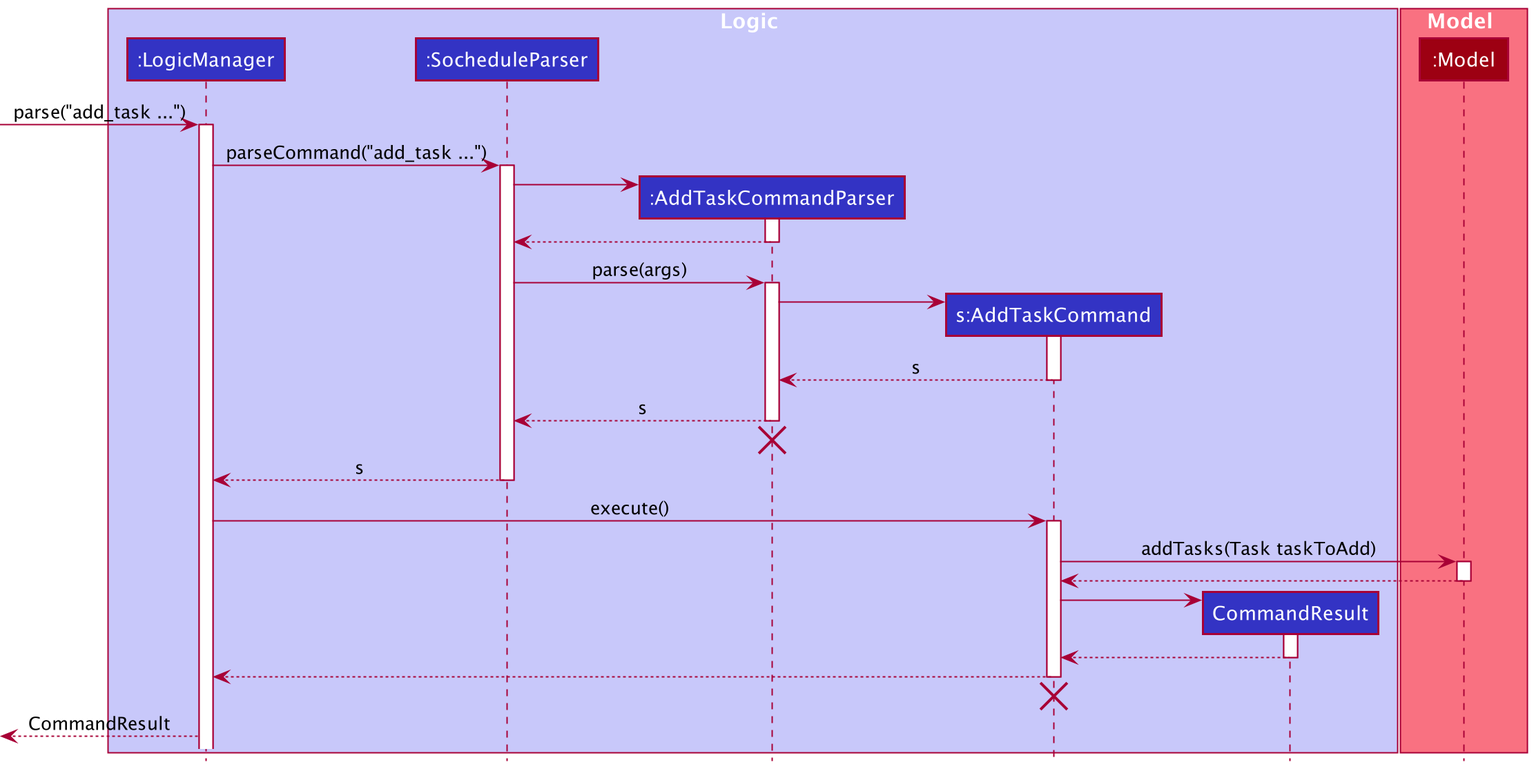
Above: docs/images/AddTaskCommandSequenceDiagram.png in nus-cs2103-AY2021S2/tp (PlantUML), before the change.
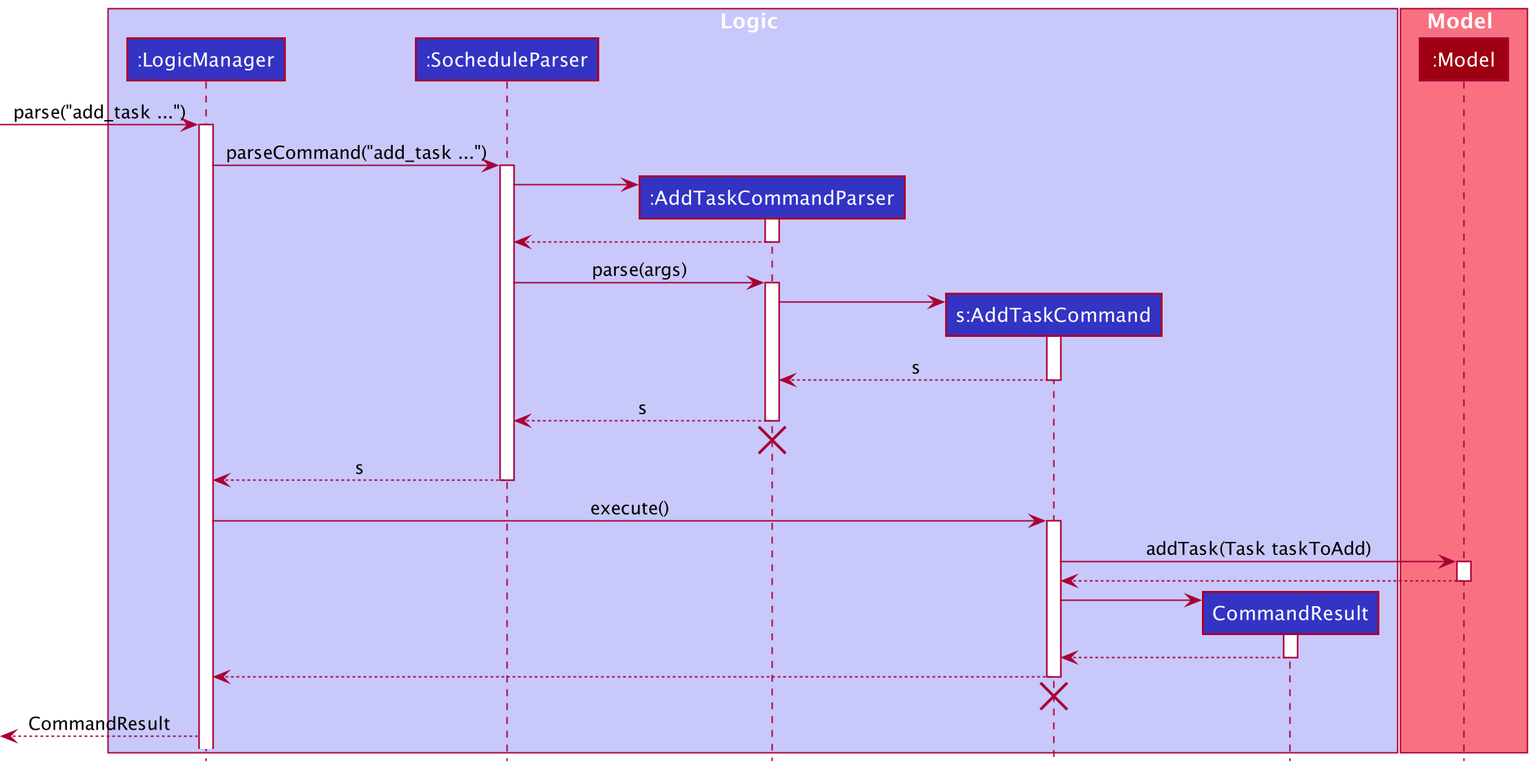
Above is the later version.

Change to the diagram source:
```diff
@@ -47,7 +47,7 @@
 LogicManager -> AddTaskCommand : execute()
 activate AddTaskCommand
 
-AddTaskCommand -> Model : addTasks(Task taskToAdd)
+AddTaskCommand -> Model : addTask(Task taskToAdd)
 activate Model
 AddTaskCommand <-- Model
 deactivate Model
```
